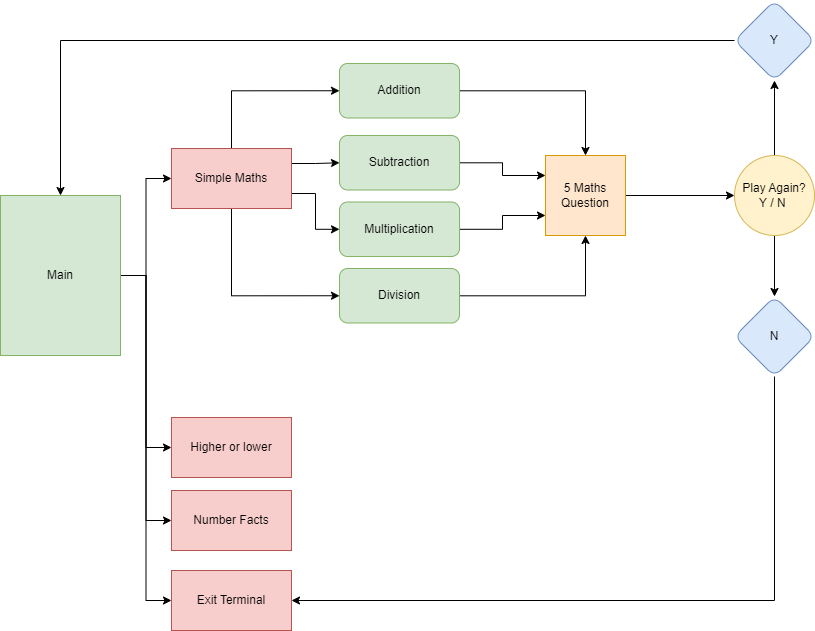
Earlier version of the draw.io export images/simplemaths_flowchart.png (JosephOConnell/Numbers). Source tidied: cells renumbered, new cells last; positions are measured from the earlier drawing's top-left corner, leaving out a move shared by most shapes.
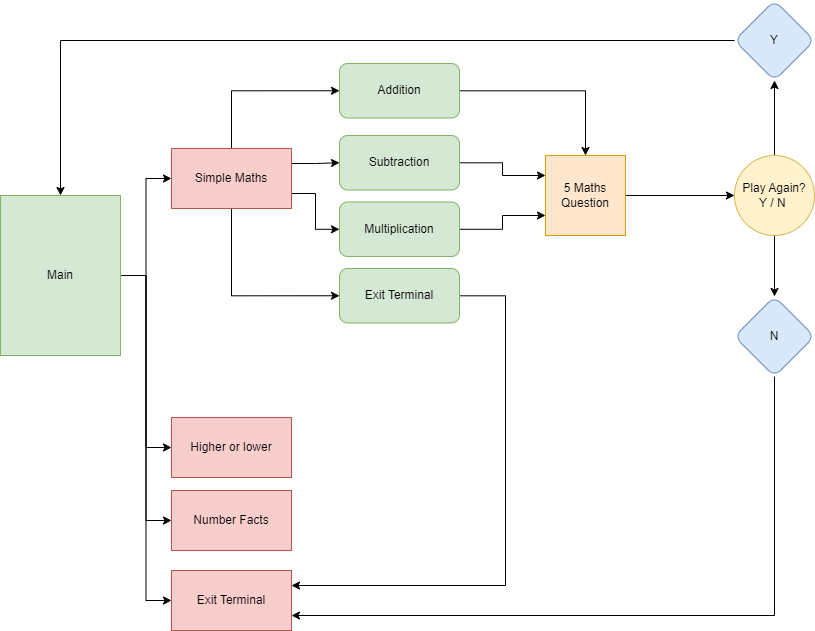
After the commit.

The edit, as a diff of the source:
```diff
@@ -41,10 +41,15 @@
     <mxCell id="14" value="Exit Terminal" style="rounded=0;whiteSpace=wrap;html=1;fillColor=#f8cecc;strokeColor=#b85450;" parent="1" vertex="1">
       <mxGeometry x="171" y="570" width="120" height="60" as="geometry" />
     </mxCell>
-    <mxCell id="15" style="edgeStyle=orthogonalEdgeStyle;rounded=0;jettySize=auto;html=1;entryX=0.5;entryY=1;entryDx=0;entryDy=0;" parent="1" edge="1" source="16" target="31">
-      <mxGeometry relative="1" as="geometry" />
-    </mxCell>
+    <mxCell id="32" style="edgeStyle=orthogonalEdgeStyle;rounded=0;jettySize=auto;html=1;entryX=1;entryY=0.25;entryDx=0;entryDy=0;" parent="1" edge="1" source="16" target="14">
+      <mxGeometry relative="1" as="geometry">
+        <Array as="points">
+          <mxPoint x="505" y="295" />
+          <mxPoint x="505" y="585" />
+        </Array>
+      </mxGeometry>
+    </mxCell>
-    <mxCell id="16" value="Division" style="rounded=1;whiteSpace=wrap;html=1;fillColor=#d5e8d4;strokeColor=#82b366;" parent="1" vertex="1">
+    <mxCell id="16" value="Exit Terminal" style="rounded=1;whiteSpace=wrap;html=1;fillColor=#d5e8d4;strokeColor=#82b366;" parent="1" vertex="1">
       <mxGeometry x="339" y="268" width="120" height="54.5" as="geometry" />
     </mxCell>
     <mxCell id="17" style="edgeStyle=orthogonalEdgeStyle;rounded=0;jettySize=auto;html=1;" parent="1" edge="1" source="19" target="21">
@@ -56,10 +61,10 @@
     <mxCell id="19" value="Play Again?&lt;br&gt;Y / N&amp;nbsp;" style="ellipse;whiteSpace=wrap;html=1;rounded=1;fillColor=#fff2cc;strokeColor=#d6b656;" parent="1" vertex="1">
       <mxGeometry x="734" y="155" width="80" height="80" as="geometry" />
     </mxCell>
-    <mxCell id="20" style="edgeStyle=orthogonalEdgeStyle;rounded=0;jettySize=auto;html=1;entryX=1;entryY=0.5;entryDx=0;entryDy=0;" parent="1" edge="1" source="21" target="14">
+    <mxCell id="20" style="edgeStyle=orthogonalEdgeStyle;rounded=0;jettySize=auto;html=1;entryX=1;entryY=0.75;entryDx=0;entryDy=0;" parent="1" edge="1" source="21" target="14">
       <mxGeometry relative="1" as="geometry">
         <Array as="points">
-          <mxPoint x="774" y="600" />
+          <mxPoint x="774" y="615" />
         </Array>
       </mxGeometry>
     </mxCell>
```
